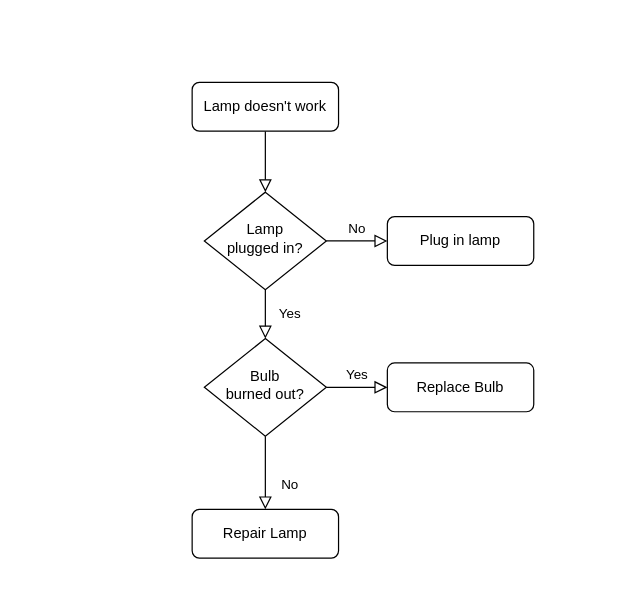
Above: 未命名绘图.drawio in QQLZ/MIT-6.824 (draw.io), before the change. Source tidied: cells renumbered, new cells numbered last; positions are measured from the earlier drawing's top-left corner, leaving out a move shared by most shapes. Both pictures are drawn from the tidied source at 122%, with x=0, y=0 at pixel (192, 82).
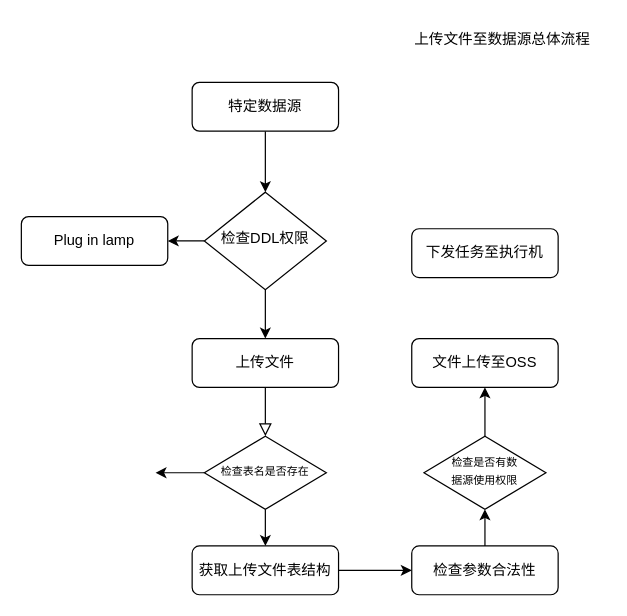
Above is the later version.

Commit message (it also covers changes not shown here):
更新未命名绘图.drawio

Change to the diagram source:
```diff
@@
-    <mxCell id="2" style="rounded=0;html=1;jettySize=auto;fontSize=11;endArrow=block;endFill=0;endSize=8;strokeWidth=1;shadow=0;labelBackgroundColor=none;edgeStyle=orthogonalEdgeStyle;" parent="1" edge="1" source="3" target="6">
+    <mxCell id="2" style="edgeStyle=orthogonalEdgeStyle;rounded=0;jettySize=auto;html=1;exitX=0.5;exitY=1;exitDx=0;exitDy=0;entryX=0.5;entryY=0;entryDx=0;entryDy=0;" parent="1" edge="1" source="3" target="6">
       <mxGeometry relative="1" as="geometry" />
     </mxCell>
-    <mxCell id="3" value="Lamp doesn't work" style="rounded=1;whiteSpace=wrap;html=1;fontSize=12;glass=0;strokeWidth=1;shadow=0;" parent="1" vertex="1">
+    <mxCell id="3" value="特定数据源" style="rounded=1;whiteSpace=wrap;html=1;fontSize=12;glass=0;strokeWidth=1;shadow=0;" parent="1" vertex="1">
       <mxGeometry width="120" height="40" as="geometry" />
     </mxCell>
-    <mxCell id="4" value="Yes" style="rounded=0;html=1;jettySize=auto;fontSize=11;endArrow=block;endFill=0;endSize=8;strokeWidth=1;shadow=0;labelBackgroundColor=none;edgeStyle=orthogonalEdgeStyle;" parent="1" edge="1" source="6" target="10">
-      <mxGeometry y="20" relative="1" as="geometry" />
-    </mxCell>
-    <mxCell id="5" value="No" style="edgeStyle=orthogonalEdgeStyle;rounded=0;html=1;jettySize=auto;fontSize=11;endArrow=block;endFill=0;endSize=8;strokeWidth=1;shadow=0;labelBackgroundColor=none;" parent="1" edge="1" source="6" target="7">
-      <mxGeometry y="10" relative="1" as="geometry" />
+    <mxCell id="5" style="edgeStyle=orthogonalEdgeStyle;rounded=0;jettySize=auto;html=1;exitX=0;exitY=0.5;exitDx=0;exitDy=0;" parent="1" edge="1" source="6" target="7">
+      <mxGeometry relative="1" as="geometry" />
     </mxCell>
+    <mxCell id="13" style="edgeStyle=orthogonalEdgeStyle;rounded=0;jettySize=auto;html=1;exitX=0.5;exitY=1;exitDx=0;exitDy=0;entryX=0.5;entryY=0;entryDx=0;entryDy=0;" parent="1" edge="1" source="6" target="12">
+      <mxGeometry relative="1" as="geometry" />
+    </mxCell>
-    <mxCell id="6" value="Lamp&lt;br&gt;plugged in?" style="rhombus;whiteSpace=wrap;html=1;shadow=0;fontFamily=Helvetica;fontSize=12;align=center;strokeWidth=1;spacing=6;spacingTop=-4;" parent="1" vertex="1">
+    <mxCell id="6" value="&lt;div class=&quot;lake-content&quot;&gt;检查DDL权限&lt;/div&gt;" style="rhombus;whiteSpace=wrap;html=1;shadow=0;fontFamily=Helvetica;fontSize=12;align=center;strokeWidth=1;spacing=6;spacingTop=-4;" parent="1" vertex="1">
       <mxGeometry x="10" y="90" width="100" height="80" as="geometry" />
     </mxCell>
     <mxCell id="7" value="Plug in lamp" style="rounded=1;whiteSpace=wrap;html=1;fontSize=12;glass=0;strokeWidth=1;shadow=0;" parent="1" vertex="1">
-      <mxGeometry x="160" y="110" width="120" height="40" as="geometry" />
+      <mxGeometry x="-140" y="110" width="120" height="40" as="geometry" />
     </mxCell>
-    <mxCell id="8" value="No" style="rounded=0;html=1;jettySize=auto;fontSize=11;endArrow=block;endFill=0;endSize=8;strokeWidth=1;shadow=0;labelBackgroundColor=none;edgeStyle=orthogonalEdgeStyle;" parent="1" edge="1" source="10" target="11">
-      <mxGeometry x="0.33" y="20" relative="1" as="geometry" />
+    <mxCell id="8" style="rounded=0;html=1;jettySize=auto;fontSize=11;endArrow=block;endFill=0;endSize=8;strokeWidth=1;shadow=0;labelBackgroundColor=none;edgeStyle=orthogonalEdgeStyle;exitX=0.5;exitY=1;exitDx=0;exitDy=0;" parent="1" edge="1" source="12">
+      <mxGeometry x="0.33" y="20" relative="1" as="geometry">
+        <mxPoint x="60" y="290" as="targetPoint" />
+      </mxGeometry>
     </mxCell>
-    <mxCell id="9" value="Yes" style="edgeStyle=orthogonalEdgeStyle;rounded=0;html=1;jettySize=auto;fontSize=11;endArrow=block;endFill=0;endSize=8;strokeWidth=1;shadow=0;labelBackgroundColor=none;" parent="1" edge="1" source="10" target="12">
-      <mxGeometry y="10" relative="1" as="geometry" />
-    </mxCell>
-    <mxCell id="10" value="Bulb&lt;br&gt;burned out?" style="rhombus;whiteSpace=wrap;html=1;shadow=0;fontFamily=Helvetica;fontSize=12;align=center;strokeWidth=1;spacing=6;spacingTop=-4;" parent="1" vertex="1">
-      <mxGeometry x="10" y="210" width="100" height="80" as="geometry" />
-    </mxCell>
-    <mxCell id="11" value="Repair Lamp" style="rounded=1;whiteSpace=wrap;html=1;fontSize=12;glass=0;strokeWidth=1;shadow=0;" parent="1" vertex="1">
-      <mxGeometry y="350" width="120" height="40" as="geometry" />
-    </mxCell>
-    <mxCell id="12" value="Replace Bulb" style="rounded=1;whiteSpace=wrap;html=1;fontSize=12;glass=0;strokeWidth=1;shadow=0;" parent="1" vertex="1">
-      <mxGeometry x="160" y="230" width="120" height="40" as="geometry" />
+    <mxCell id="12" value="上传文件" style="rounded=1;whiteSpace=wrap;html=1;fontSize=12;glass=0;strokeWidth=1;shadow=0;" parent="1" vertex="1">
+      <mxGeometry y="210" width="120" height="40" as="geometry" />
     </mxCell>
+    <mxCell id="14" value="上传文件至数据源总体流程" style="text;html=1;align=center;verticalAlign=middle;strokeColor=none;fillColor=none;" parent="1" vertex="1">
+      <mxGeometry x="169" y="-50" width="170" height="30" as="geometry" />
+    </mxCell>
+    <mxCell id="15" style="edgeStyle=orthogonalEdgeStyle;rounded=1;jettySize=auto;html=1;exitX=0.5;exitY=1;exitDx=0;exitDy=0;entryX=0.5;entryY=0;entryDx=0;entryDy=0;" parent="1" edge="1" source="17" target="19">
+      <mxGeometry relative="1" as="geometry" />
+    </mxCell>
+    <mxCell id="16" style="edgeStyle=orthogonalEdgeStyle;rounded=0;jettySize=auto;html=1;exitX=0;exitY=0.5;exitDx=0;exitDy=0;" parent="1" edge="1" source="17">
+      <mxGeometry relative="1" as="geometry">
+        <mxPoint x="-30" y="320" as="targetPoint" />
+      </mxGeometry>
+    </mxCell>
+    <mxCell id="17" value="&lt;div class=&quot;lake-content&quot;&gt;&lt;font style=&quot;font-size: 9px;&quot;&gt;检查表名是否存在&lt;/font&gt;&lt;/div&gt;" style="rhombus;whiteSpace=wrap;html=1;shadow=0;fontFamily=Helvetica;fontSize=12;align=center;strokeWidth=1;spacing=6;spacingTop=-4;" parent="1" vertex="1">
+      <mxGeometry x="10" y="290" width="100" height="60" as="geometry" />
+    </mxCell>
+    <mxCell id="18" style="edgeStyle=orthogonalEdgeStyle;rounded=0;jettySize=auto;html=1;exitX=1;exitY=0.5;exitDx=0;exitDy=0;" parent="1" edge="1" source="19">
+      <mxGeometry relative="1" as="geometry">
+        <mxPoint x="180" y="400" as="targetPoint" />
+      </mxGeometry>
+    </mxCell>
+    <mxCell id="19" value="获取上传文件表结构" style="rounded=1;whiteSpace=wrap;html=1;fontSize=12;glass=0;strokeWidth=1;shadow=0;" parent="1" vertex="1">
+      <mxGeometry y="380" width="120" height="40" as="geometry" />
+    </mxCell>
+    <mxCell id="20" style="edgeStyle=orthogonalEdgeStyle;rounded=0;jettySize=auto;html=1;exitX=0.5;exitY=0;exitDx=0;exitDy=0;entryX=0.5;entryY=1;entryDx=0;entryDy=0;" parent="1" edge="1" source="21" target="23">
+      <mxGeometry relative="1" as="geometry" />
+    </mxCell>
+    <mxCell id="21" value="检查参数合法性" style="rounded=1;whiteSpace=wrap;html=1;fontSize=12;glass=0;strokeWidth=1;shadow=0;" parent="1" vertex="1">
+      <mxGeometry x="180" y="380" width="120" height="40" as="geometry" />
+    </mxCell>
+    <mxCell id="22" style="edgeStyle=orthogonalEdgeStyle;rounded=0;jettySize=auto;html=1;exitX=0.5;exitY=0;exitDx=0;exitDy=0;entryX=0.5;entryY=1;entryDx=0;entryDy=0;" parent="1" edge="1" source="23" target="24">
+      <mxGeometry relative="1" as="geometry" />
+    </mxCell>
+    <mxCell id="23" value="&lt;div class=&quot;lake-content&quot;&gt;&lt;font style=&quot;font-size: 9px;&quot;&gt;检查是否有数&lt;/font&gt;&lt;/div&gt;&lt;div class=&quot;lake-content&quot;&gt;&lt;font style=&quot;font-size: 9px;&quot;&gt;据&lt;/font&gt;&lt;font style=&quot;background-color: initial; font-size: 9px;&quot;&gt;源&lt;/font&gt;&lt;span style=&quot;background-color: initial; font-size: 9px;&quot;&gt;使用权限&lt;/span&gt;&lt;/div&gt;" style="rhombus;whiteSpace=wrap;html=1;shadow=0;fontFamily=Helvetica;fontSize=12;align=center;strokeWidth=1;spacing=6;spacingTop=-4;" parent="1" vertex="1">
+      <mxGeometry x="190" y="290" width="100" height="60" as="geometry" />
+    </mxCell>
+    <mxCell id="24" value="文件上传至OSS" style="rounded=1;whiteSpace=wrap;html=1;fontSize=12;glass=0;strokeWidth=1;shadow=0;" parent="1" vertex="1">
+      <mxGeometry x="180" y="210" width="120" height="40" as="geometry" />
+    </mxCell>
+    <mxCell id="25" value="下发任务至执行机" style="rounded=1;whiteSpace=wrap;html=1;fontSize=12;glass=0;strokeWidth=1;shadow=0;" parent="1" vertex="1">
+      <mxGeometry x="180" y="120" width="120" height="40" as="geometry" />
+    </mxCell>
```
